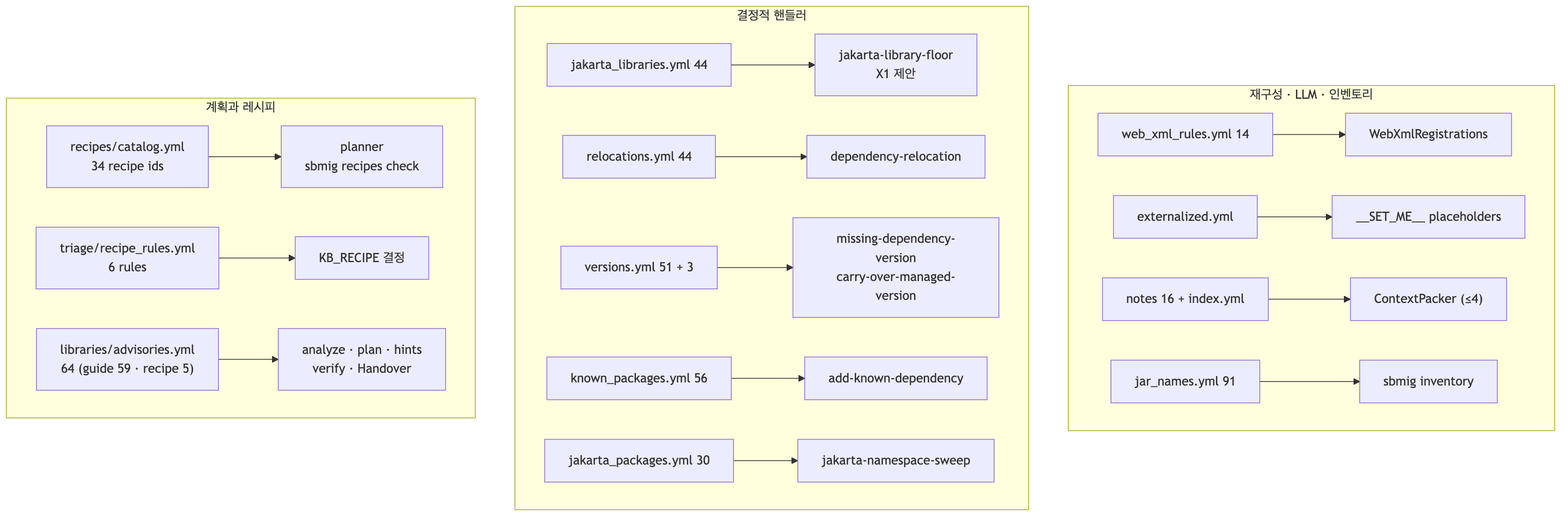
Above: docs/migration-agent/diagrams/knowledge-usage.png in acandiatale/tutu (Mermaid), before the change. Its source is kept beside it as docs/migration-agent/diagrams/knowledge-usage.mmd. Its diagram source:
```mermaid
flowchart LR
  subgraph p["계획과 레시피"]
    direction LR
    CAT["recipes/catalog.yml<br/>34 recipe ids"] --> PLAN["planner<br/>sbmig recipes check"]
    RR["triage/recipe_rules.yml<br/>6 rules"] --> KBR["KB_RECIPE 결정"]
    ADV["libraries/advisories.yml<br/>64 (guide 59 · recipe 5)"] --> AN["analyze · plan · hints<br/>verify · Handover"]
  end
  subgraph h["결정적 핸들러"]
    direction LR
    JL["jakarta_libraries.yml 44"] --> H1["jakarta-library-floor<br/>X1 제안"]
    REL["relocations.yml 44"] --> H2["dependency-relocation"]
    VER["versions.yml 51 + 3"] --> H3["missing-dependency-version<br/>carry-over-managed-version"]
    KP["known_packages.yml 56"] --> H4["add-known-dependency"]
    JP["jakarta_packages.yml 30"] --> H5["jakarta-namespace-sweep"]
  end
  subgraph o["재구성 · LLM · 인벤토리"]
    direction LR
    WX["web_xml_rules.yml 14"] --> RS["WebXmlRegistrations"]
    EXT["externalized.yml"] --> PH["__SET_ME__ placeholders"]
    NT["notes 16 + index.yml"] --> CTX["ContextPacker (≤4)"]
    JN["jar_names.yml 91"] --> INV["sbmig inventory"]
  end
  p ~~~ h ~~~ o
```
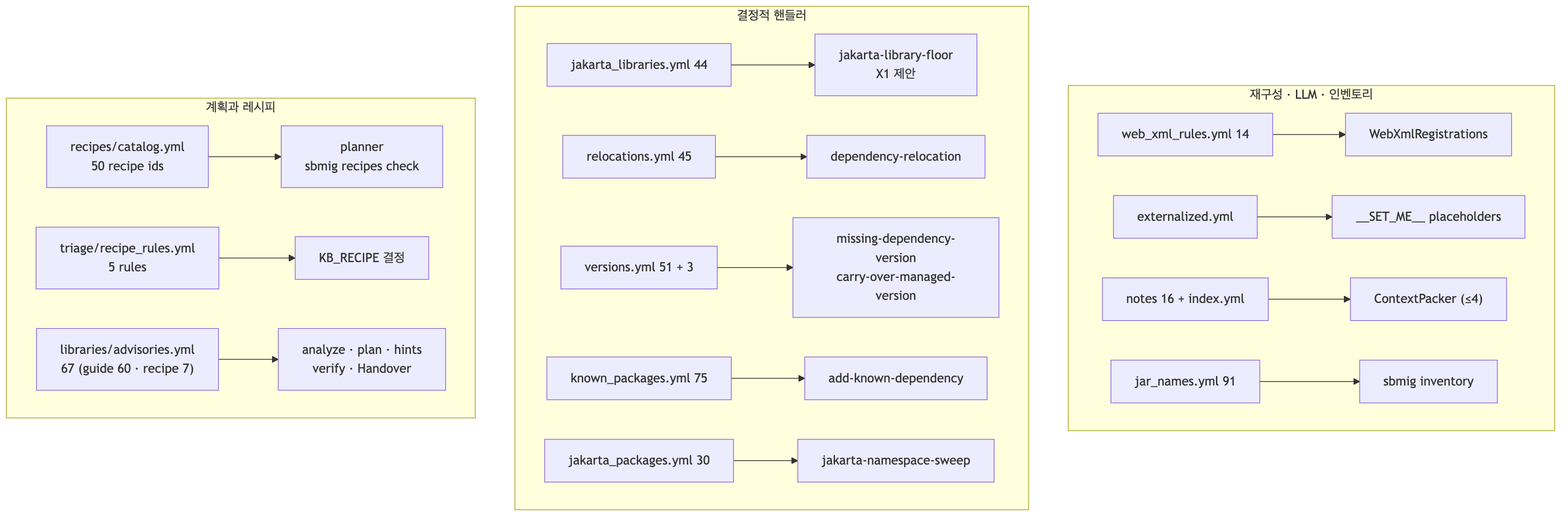
Later version of the same file.

Diff of the diagram source:
```diff
@@ -1,16 +1,16 @@
 flowchart LR
   subgraph p["계획과 레시피"]
     direction LR
-    CAT["recipes/catalog.yml<br/>34 recipe ids"] --> PLAN["planner<br/>sbmig recipes check"]
-    RR["triage/recipe_rules.yml<br/>6 rules"] --> KBR["KB_RECIPE 결정"]
-    ADV["libraries/advisories.yml<br/>64 (guide 59 · recipe 5)"] --> AN["analyze · plan · hints<br/>verify · Handover"]
+    CAT["recipes/catalog.yml<br/>50 recipe ids"] --> PLAN["planner<br/>sbmig recipes check"]
+    RR["triage/recipe_rules.yml<br/>5 rules"] --> KBR["KB_RECIPE 결정"]
+    ADV["libraries/advisories.yml<br/>67 (guide 60 · recipe 7)"] --> AN["analyze · plan · hints<br/>verify · Handover"]
   end
   subgraph h["결정적 핸들러"]
     direction LR
     JL["jakarta_libraries.yml 44"] --> H1["jakarta-library-floor<br/>X1 제안"]
-    REL["relocations.yml 44"] --> H2["dependency-relocation"]
+    REL["relocations.yml 45"] --> H2["dependency-relocation"]
     VER["versions.yml 51 + 3"] --> H3["missing-dependency-version<br/>carry-over-managed-version"]
-    KP["known_packages.yml 56"] --> H4["add-known-dependency"]
+    KP["known_packages.yml 75"] --> H4["add-known-dependency"]
     JP["jakarta_packages.yml 30"] --> H5["jakarta-namespace-sweep"]
   end
   subgraph o["재구성 · LLM · 인벤토리"]
```
